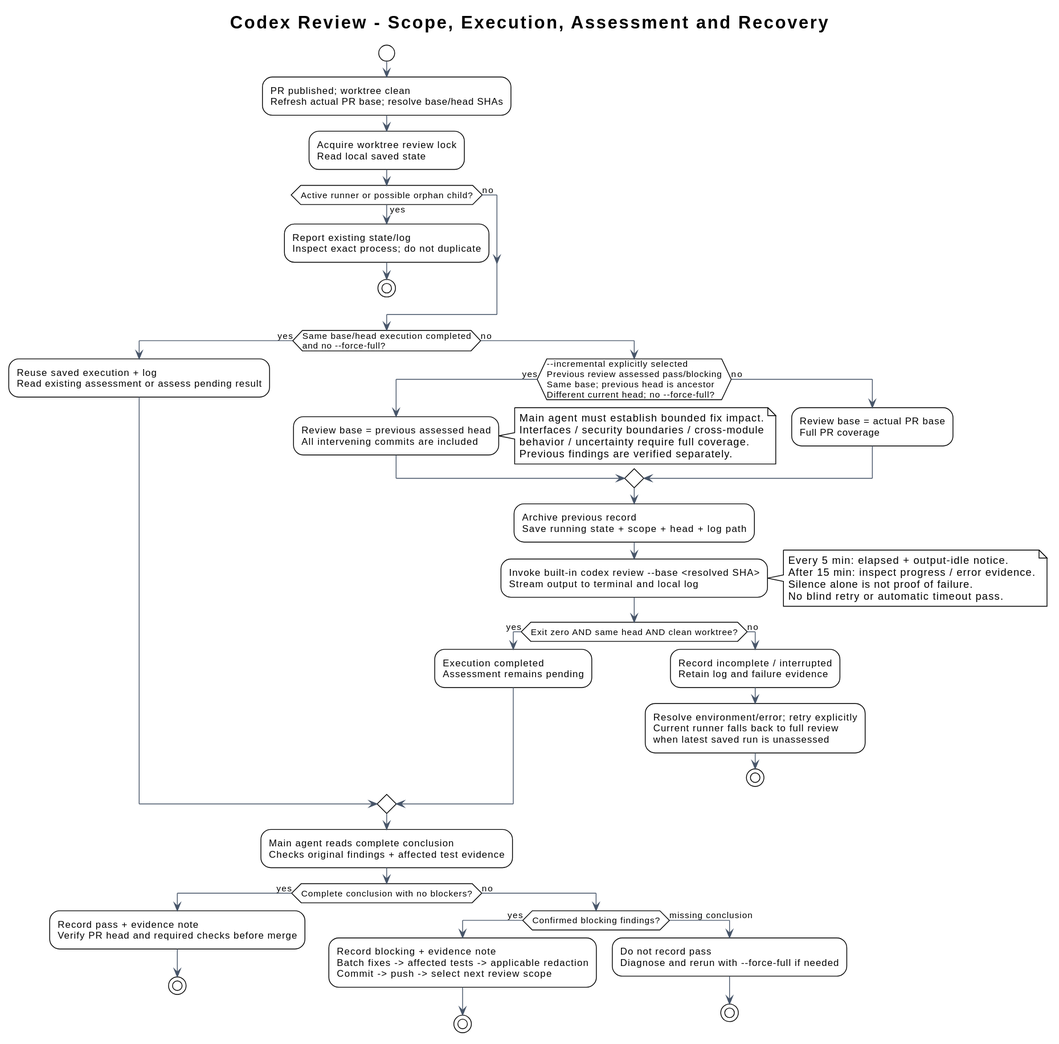
The PlantUML diagram docs/diagrams/review-execution.svg in i-zrhe2016/codex-development-workflow, before a commit. Source of this version:
```plantuml
@startuml
!theme plain
skinparam defaultFontName Arial
skinparam shadowing false
skinparam ArrowColor #475569
title Codex Review - Scope, Execution, Assessment and Recovery

start
:PR published; worktree clean\nRefresh actual PR base; resolve base/head SHAs;
:Acquire worktree review lock\nRead local saved state;
if (Active runner or possible orphan child?) then (yes)
  :Report existing state/log\nInspect exact process; do not duplicate;
  stop
else (no)
endif
if (Same base/head execution completed\nand no --force-full?) then (yes)
  :Reuse saved execution + log\nRead existing assessment or assess pending result;
else (no)
  if (--incremental explicitly selected\nPrevious review assessed pass/blocking\nSame base; previous head is ancestor\nDifferent current head; no --force-full?) then (yes)
    :Review base = previous assessed head\nAll intervening commits are included;
    note right
      Main agent must establish bounded fix impact.
      Interfaces / security boundaries / cross-module
      behavior / uncertainty require full coverage.
      Previous findings are verified separately.
    end note
  else (no)
    :Review base = actual PR base\nFull PR coverage;
  endif
  :Archive previous record\nSave running state + scope + head + log path;
  :Invoke built-in codex review --base <resolved SHA>\nStream output to terminal and local log;
  note right
    Every 5 min: elapsed + output-idle notice.
    After 15 min: inspect progress / error evidence.
    Silence alone is not proof of failure.
    No blind retry or automatic timeout pass.
  end note
  if (Exit zero AND same head AND clean worktree?) then (yes)
    :Execution completed\nAssessment remains pending;
  else (no)
    :Record incomplete / interrupted\nRetain log and failure evidence;
    :Resolve environment/error; retry explicitly\nCurrent runner falls back to full review\nwhen latest saved run is unassessed;
    stop
  endif
endif
:Main agent reads complete conclusion\nChecks original findings + affected test evidence;
if (Complete conclusion with no blockers?) then (yes)
  :Record pass + evidence note\nVerify PR head and required checks before merge;
  stop
else (no)
  if (Confirmed blocking findings?) then (yes)
    :Record blocking + evidence note\nBatch fixes -> affected tests -> applicable redaction\nCommit -> push -> select next review scope;
    stop
  else (missing conclusion)
    :Do not record pass\nDiagnose and rerun with --force-full if needed;
    stop
  endif
endif
@enduml
```
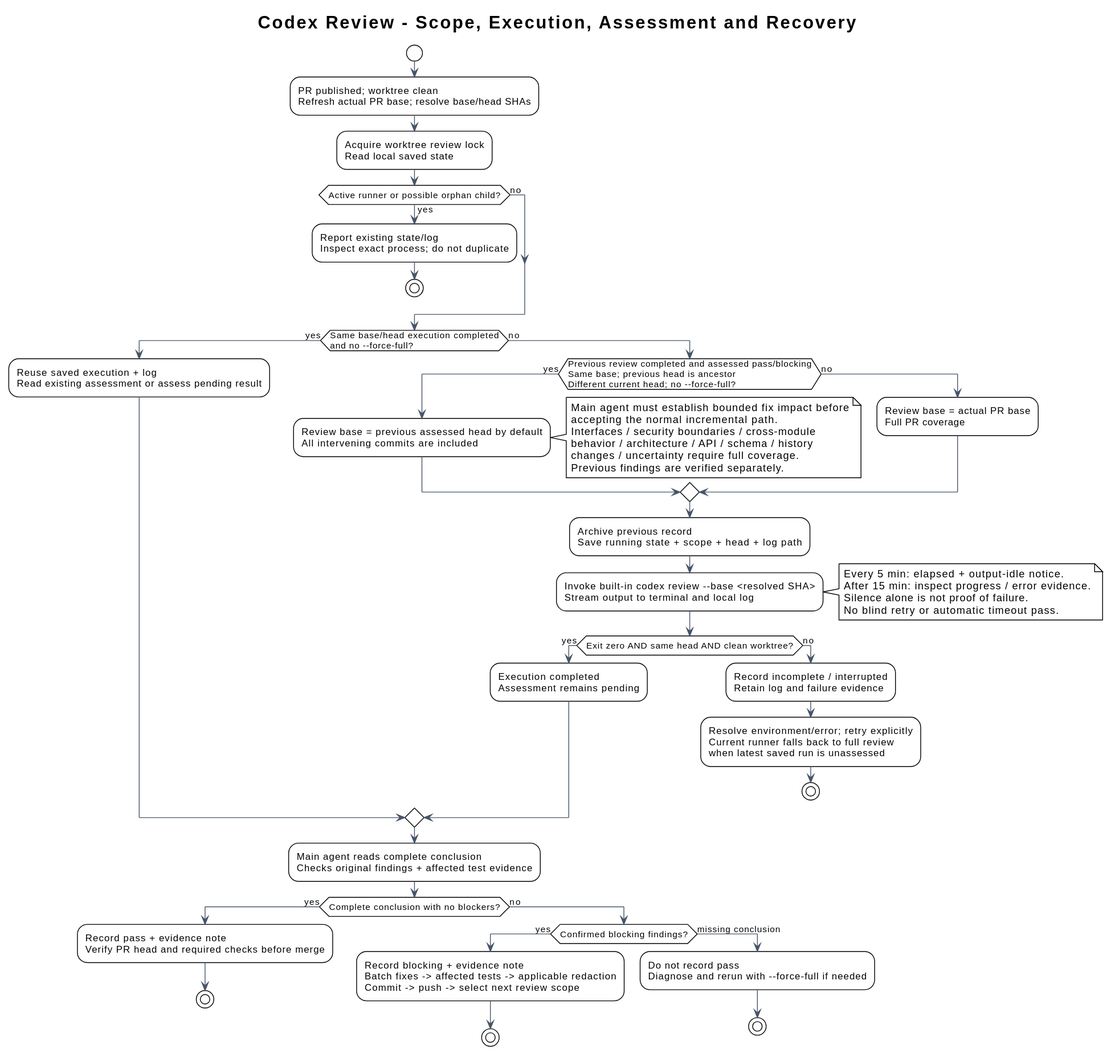
Later version of the same file.

Commit message:
fix(review): default bounded PR fixes to incremental review

Change to the diagram source:
```diff
@@ -16,12 +16,14 @@
 if (Same base/head execution completed\nand no --force-full?) then (yes)
   :Reuse saved execution + log\nRead existing assessment or assess pending result;
 else (no)
-  if (--incremental explicitly selected\nPrevious review assessed pass/blocking\nSame base; previous head is ancestor\nDifferent current head; no --force-full?) then (yes)
-    :Review base = previous assessed head\nAll intervening commits are included;
+  if (Previous review completed and assessed pass/blocking\nSame base; previous head is ancestor\nDifferent current head; no --force-full?) then (yes)
+    :Review base = previous assessed head by default\nAll intervening commits are included;
     note right
-      Main agent must establish bounded fix impact.
+      Main agent must establish bounded fix impact before
+      accepting the normal incremental path.
       Interfaces / security boundaries / cross-module
-      behavior / uncertainty require full coverage.
+      behavior / architecture / API / schema / history
+      changes / uncertainty require full coverage.
       Previous findings are verified separately.
     end note
   else (no)
```
